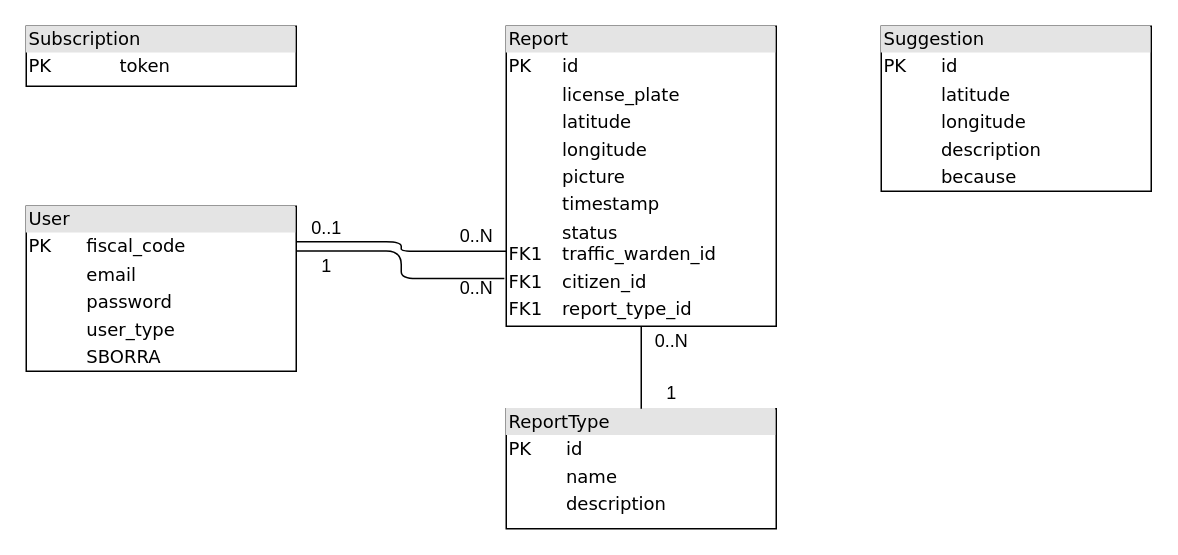
Earlier version of the draw.io diagram DD/diagrams/databse-diagram.drawio (f3d0ss/CazzolaDotti-se2). Source tidied: cells renumbered, new cells numbered last; positions are measured from the earlier drawing's top-left corner, leaving out a move shared by most shapes. Both pictures are drawn from the tidied source at 150%, with x=0, y=0 at pixel (26, 26).
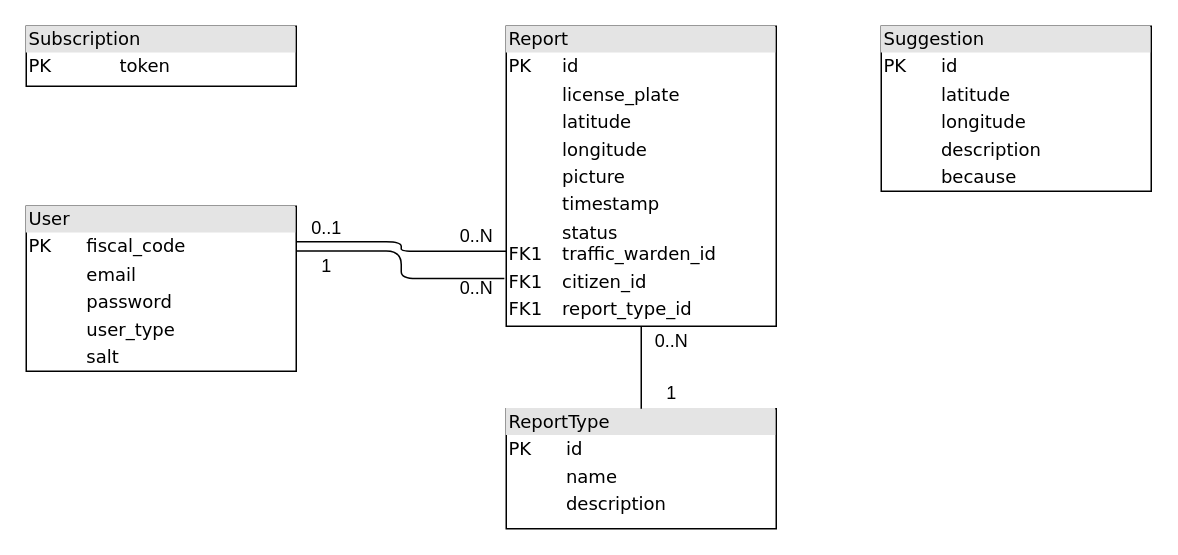
Above is the later version.

What changed in the source:
```diff
@@
 <mxGraphModel background="#ffffff">
   <root>
     <mxCell id="0" />
     <mxCell id="1" parent="0" />
     <mxCell id="2" style="edgeStyle=orthogonalEdgeStyle;html=1;entryX=-0.007;entryY=0.841;labelBackgroundColor=none;startArrow=none;endArrow=none;fontFamily=Verdana;fontSize=12;align=left;endFill=0;startFill=0;exitX=1.001;exitY=0.271;exitDx=0;exitDy=0;entryDx=0;entryDy=0;entryPerimeter=0;exitPerimeter=0;" parent="1" edge="1" source="3" target="6">
       <mxGeometry relative="1" as="geometry">
         <Array as="points">
           <mxPoint x="250" y="150" />
           <mxPoint x="250" y="168" />
         </Array>
       </mxGeometry>
     </mxCell>
-    <mxCell id="3" value="&lt;div style=&quot;box-sizing: border-box ; width: 100% ; background: #e4e4e4 ; padding: 2px&quot;&gt;User&lt;/div&gt;&lt;table style=&quot;width: 100% ; font-size: 1em&quot; cellpadding=&quot;2&quot; cellspacing=&quot;0&quot;&gt;&lt;tbody&gt;&lt;tr&gt;&lt;td&gt;PK&lt;/td&gt;&lt;td&gt;fiscal_code&lt;/td&gt;&lt;/tr&gt;&lt;tr&gt;&lt;td&gt;&lt;br&gt;&lt;/td&gt;&lt;td&gt;email&lt;/td&gt;&lt;/tr&gt;&lt;tr&gt;&lt;td&gt;&lt;/td&gt;&lt;td&gt;password&lt;/td&gt;&lt;/tr&gt;&lt;tr&gt;&lt;td&gt;&lt;br&gt;&lt;/td&gt;&lt;td&gt;user_type&lt;/td&gt;&lt;/tr&gt;&lt;tr&gt;&lt;td&gt;&lt;br&gt;&lt;/td&gt;&lt;td&gt;SBORRA&lt;br&gt;&lt;/td&gt;&lt;/tr&gt;&lt;tr&gt;&lt;td&gt;&lt;br&gt;&lt;/td&gt;&lt;td&gt;&lt;br&gt;&lt;/td&gt;&lt;/tr&gt;&lt;/tbody&gt;&lt;/table&gt;" style="verticalAlign=top;align=left;overflow=fill;html=1;rounded=0;shadow=0;comic=0;labelBackgroundColor=none;strokeWidth=1;fontFamily=Verdana;fontSize=12;" parent="1" vertex="1">
+    <mxCell id="3" value="&lt;div style=&quot;box-sizing: border-box ; width: 100% ; background: #e4e4e4 ; padding: 2px&quot;&gt;User&lt;/div&gt;&lt;table style=&quot;width: 100% ; font-size: 1em&quot; cellpadding=&quot;2&quot; cellspacing=&quot;0&quot;&gt;&lt;tbody&gt;&lt;tr&gt;&lt;td&gt;PK&lt;/td&gt;&lt;td&gt;fiscal_code&lt;/td&gt;&lt;/tr&gt;&lt;tr&gt;&lt;td&gt;&lt;br&gt;&lt;/td&gt;&lt;td&gt;email&lt;/td&gt;&lt;/tr&gt;&lt;tr&gt;&lt;td&gt;&lt;/td&gt;&lt;td&gt;password&lt;/td&gt;&lt;/tr&gt;&lt;tr&gt;&lt;td&gt;&lt;br&gt;&lt;/td&gt;&lt;td&gt;user_type&lt;/td&gt;&lt;/tr&gt;&lt;tr&gt;&lt;td&gt;&lt;br&gt;&lt;/td&gt;&lt;td&gt;salt&lt;/td&gt;&lt;/tr&gt;&lt;/tbody&gt;&lt;/table&gt;" style="verticalAlign=top;align=left;overflow=fill;html=1;rounded=0;shadow=0;comic=0;labelBackgroundColor=none;strokeWidth=1;fontFamily=Verdana;fontSize=12;" parent="1" vertex="1">
       <mxGeometry y="120" width="180" height="110" as="geometry" />
     </mxCell>
     <mxCell id="4" value="&lt;div style=&quot;box-sizing: border-box ; width: 100% ; background: #e4e4e4 ; padding: 2px&quot;&gt;ReportType&lt;/div&gt;&lt;table style=&quot;width: 100% ; font-size: 1em&quot; cellpadding=&quot;2&quot; cellspacing=&quot;0&quot;&gt;&lt;tbody&gt;&lt;tr&gt;&lt;td&gt;PK&lt;/td&gt;&lt;td&gt;id&lt;/td&gt;&lt;/tr&gt;&lt;tr&gt;&lt;td&gt;&lt;br&gt;&lt;/td&gt;&lt;td&gt;name&lt;/td&gt;&lt;/tr&gt;&lt;tr&gt;&lt;td&gt;&lt;/td&gt;&lt;td&gt;description&lt;/td&gt;&lt;/tr&gt;&lt;tr&gt;&lt;td&gt;&lt;/td&gt;&lt;td&gt;&lt;/td&gt;&lt;/tr&gt;&lt;/tbody&gt;&lt;/table&gt;" style="verticalAlign=top;align=left;overflow=fill;html=1;rounded=0;shadow=0;comic=0;labelBackgroundColor=none;strokeWidth=1;fontFamily=Verdana;fontSize=12;" parent="1" vertex="1">
       <mxGeometry x="320" y="255" width="180" height="80" as="geometry" />
     </mxCell>
     <mxCell id="5" style="edgeStyle=orthogonalEdgeStyle;html=1;entryX=0.5;entryY=0;labelBackgroundColor=none;startArrow=none;endArrow=none;fontFamily=Verdana;fontSize=12;align=left;startFill=0;endFill=0;" parent="1" edge="1" source="6" target="4">
       <mxGeometry relative="1" as="geometry" />
     </mxCell>
     <mxCell id="6" value="&lt;div style=&quot;box-sizing: border-box ; width: 100% ; background: #e4e4e4 ; padding: 2px&quot;&gt;Report&lt;/div&gt;&lt;table style=&quot;width: 100% ; font-size: 1em&quot; cellpadding=&quot;2&quot; cellspacing=&quot;0&quot;&gt;&lt;tbody&gt;&lt;tr&gt;&lt;td&gt;PK&lt;/td&gt;&lt;td&gt;id&lt;/td&gt;&lt;/tr&gt;&lt;tr&gt;&lt;td&gt;&lt;br&gt;&lt;/td&gt;&lt;td&gt;license_plate&lt;/td&gt;&lt;/tr&gt;&lt;tr&gt;&lt;td&gt;&lt;/td&gt;&lt;td&gt;latitude&lt;/td&gt;&lt;/tr&gt;&lt;tr&gt;&lt;td&gt;&lt;/td&gt;&lt;td&gt;longitude&lt;br&gt;&lt;/td&gt;&lt;/tr&gt;&lt;tr&gt;&lt;td&gt;&lt;br&gt;&lt;/td&gt;&lt;td&gt;picture&lt;br&gt;&lt;/td&gt;&lt;/tr&gt;&lt;tr&gt;&lt;td&gt;&lt;br&gt;&lt;/td&gt;&lt;td&gt;timestamp&lt;br&gt;&lt;/td&gt;&lt;/tr&gt;&lt;tr&gt;&lt;td&gt;&lt;br&gt;FK1&lt;/td&gt;&lt;td&gt;status&lt;br&gt;traffic_warden_id&lt;br&gt;&lt;/td&gt;&lt;/tr&gt;&lt;tr&gt;&lt;td&gt;FK1&lt;br&gt;&lt;/td&gt;&lt;td&gt;citizen_id&lt;br&gt;&lt;/td&gt;&lt;/tr&gt;&lt;tr&gt;&lt;td&gt;FK1&lt;br&gt;&lt;/td&gt;&lt;td&gt;report_type_id&lt;br&gt;&lt;/td&gt;&lt;/tr&gt;&lt;tr&gt;&lt;td&gt;&lt;/td&gt;&lt;td&gt;&lt;/td&gt;&lt;/tr&gt;&lt;/tbody&gt;&lt;/table&gt;" style="verticalAlign=top;align=left;overflow=fill;html=1;rounded=0;shadow=0;comic=0;labelBackgroundColor=none;strokeWidth=1;fontFamily=Verdana;fontSize=12;" parent="1" vertex="1">
       <mxGeometry x="320" width="180" height="200" as="geometry" />
     </mxCell>
     <mxCell id="7" value="&lt;div style=&quot;box-sizing: border-box ; width: 100% ; background: #e4e4e4 ; padding: 2px&quot;&gt;Suggestion&lt;/div&gt;&lt;table style=&quot;width: 100% ; font-size: 1em&quot; cellpadding=&quot;2&quot; cellspacing=&quot;0&quot;&gt;&lt;tbody&gt;&lt;tr&gt;&lt;td&gt;PK&lt;/td&gt;&lt;td&gt;id&lt;/td&gt;&lt;/tr&gt;&lt;tr&gt;&lt;td&gt;&lt;/td&gt;&lt;td&gt;latitude&lt;br&gt;&lt;/td&gt;&lt;/tr&gt;&lt;tr&gt;&lt;td&gt;&lt;/td&gt;&lt;td&gt;longitude&lt;br&gt;&lt;/td&gt;&lt;/tr&gt;&lt;tr&gt;&lt;td&gt;&lt;br&gt;&lt;/td&gt;&lt;td&gt;description&lt;br&gt;&lt;/td&gt;&lt;/tr&gt;&lt;tr&gt;&lt;td&gt;&lt;br&gt;&lt;/td&gt;&lt;td&gt;because&lt;br&gt;&lt;/td&gt;&lt;/tr&gt;&lt;tr&gt;&lt;td&gt;&lt;/td&gt;&lt;td&gt;&lt;/td&gt;&lt;/tr&gt;&lt;/tbody&gt;&lt;/table&gt;" style="verticalAlign=top;align=left;overflow=fill;html=1;rounded=0;shadow=0;comic=0;labelBackgroundColor=none;strokeWidth=1;fontFamily=Verdana;fontSize=12;" parent="1" vertex="1">
       <mxGeometry x="570" width="180" height="110" as="geometry" />
     </mxCell>
     <mxCell id="8" value="&lt;div style=&quot;box-sizing: border-box ; width: 100% ; background: #e4e4e4 ; padding: 2px&quot;&gt;Subscription&lt;/div&gt;&lt;table style=&quot;width: 100% ; font-size: 1em&quot; cellpadding=&quot;2&quot; cellspacing=&quot;0&quot;&gt;&lt;tbody&gt;&lt;tr&gt;&lt;td&gt;PK&lt;/td&gt;&lt;td&gt;token&lt;/td&gt;&lt;/tr&gt;&lt;tr&gt;&lt;td&gt;&lt;/td&gt;&lt;td&gt;&lt;/td&gt;&lt;/tr&gt;&lt;/tbody&gt;&lt;/table&gt;" style="verticalAlign=top;align=left;overflow=fill;html=1;rounded=0;shadow=0;comic=0;labelBackgroundColor=none;strokeWidth=1;fontFamily=Verdana;fontSize=12;" parent="1" vertex="1">
       <mxGeometry width="180" height="40" as="geometry" />
     </mxCell>
     <mxCell id="9" style="edgeStyle=orthogonalEdgeStyle;html=1;entryX=0;entryY=0.75;labelBackgroundColor=none;startArrow=none;endArrow=none;fontFamily=Verdana;fontSize=12;align=left;endFill=0;startFill=0;exitX=1;exitY=0.215;exitDx=0;exitDy=0;entryDx=0;entryDy=0;exitPerimeter=0;" parent="1" edge="1" source="3" target="6">
       <mxGeometry relative="1" as="geometry" />
     </mxCell>
     <mxCell id="10" value="0..1" style="text;html=1;align=center;verticalAlign=middle;" parent="1" vertex="1">
       <mxGeometry x="180" y="125" width="40" height="20" as="geometry" />
     </mxCell>
     <mxCell id="11" value="0..N" style="text;html=1;align=center;verticalAlign=middle;" parent="1" vertex="1">
       <mxGeometry x="280" y="130" width="40" height="20" as="geometry" />
     </mxCell>
     <mxCell id="12" value="1" style="text;html=1;align=center;verticalAlign=middle;" parent="1" vertex="1">
       <mxGeometry x="190" y="150" width="20" height="20" as="geometry" />
     </mxCell>
     <mxCell id="13" value="0..N" style="text;html=1;align=center;verticalAlign=middle;" parent="1" vertex="1">
       <mxGeometry x="280" y="165" width="40" height="20" as="geometry" />
     </mxCell>
     <mxCell id="14" value="0..N" style="text;html=1;align=center;verticalAlign=middle;" parent="1" vertex="1">
       <mxGeometry x="410" y="200" width="40" height="20" as="geometry" />
     </mxCell>
     <mxCell id="15" value="1" style="text;html=1;align=center;verticalAlign=middle;" parent="1" vertex="1">
       <mxGeometry x="420" y="235" width="20" height="20" as="geometry" />
     </mxCell>
   </root>
 </mxGraphModel>
```
